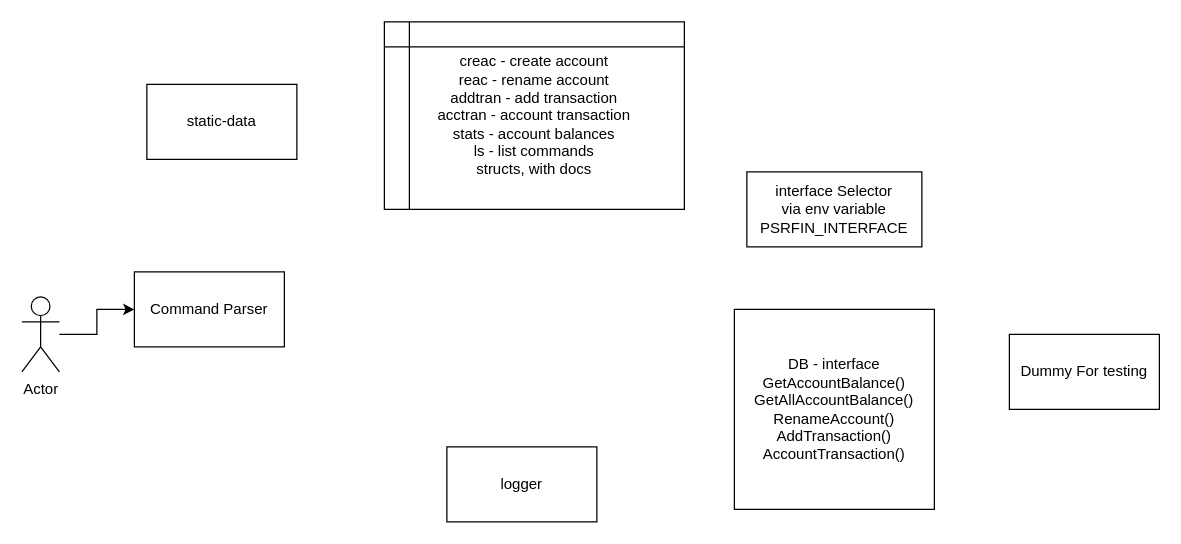
Before: page "Design" (1 of 4) of architecture/personal_finance_utility.drawio in pogo420/persofin, a draw.io diagram. Source tidied: cells renumbered, new cells numbered last; positions are measured from the earlier drawing's top-left corner, leaving out a move shared by most shapes. Both pictures are drawn from the tidied source at 125%, with x=0, y=0 at pixel (21, 21).
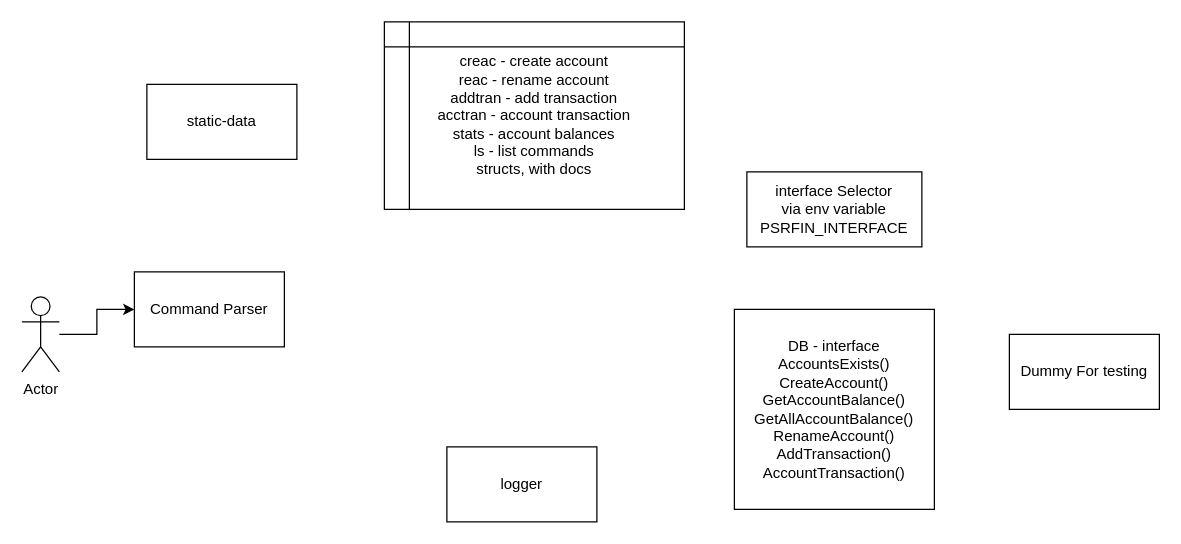
After the change.

Commit message (it also covers changes not shown here):
db interface logic

What changed in the source:
```diff
@@
 <mxGraphModel>
   <root>
     <mxCell id="0" />
     <mxCell id="1" parent="0" />
     <mxCell id="2" value="Command Parser" style="rounded=0;whiteSpace=wrap;html=1;" parent="1" vertex="1">
       <mxGeometry x="90" y="200" width="120" height="60" as="geometry" />
     </mxCell>
     <mxCell id="3" value="creac - create account&lt;br&gt;reac - rename account&lt;br&gt;addtran - add transaction&lt;br&gt;acctran - account transaction&lt;br&gt;stats - account balances&lt;br&gt;ls - list commands&lt;br&gt;structs, with docs" style="shape=internalStorage;whiteSpace=wrap;html=1;backgroundOutline=1;" parent="1" vertex="1">
       <mxGeometry x="290" width="240" height="150" as="geometry" />
     </mxCell>
     <mxCell id="4" value="static-data" style="rounded=0;whiteSpace=wrap;html=1;" parent="1" vertex="1">
       <mxGeometry x="100" y="50" width="120" height="60" as="geometry" />
     </mxCell>
     <mxCell id="5" style="edgeStyle=orthogonalEdgeStyle;rounded=0;jettySize=auto;html=1;" parent="1" edge="1" source="6" target="2">
       <mxGeometry relative="1" as="geometry" />
     </mxCell>
     <mxCell id="6" value="Actor" style="shape=umlActor;verticalLabelPosition=bottom;verticalAlign=top;html=1;outlineConnect=0;" parent="1" vertex="1">
       <mxGeometry y="220" width="30" height="60" as="geometry" />
     </mxCell>
-    <mxCell id="7" value="DB - interface&lt;br&gt;GetAccountBalance()&lt;br&gt;GetAllAccountBalance()&lt;br&gt;RenameAccount()&lt;br&gt;AddTransaction()&lt;br&gt;AccountTransaction()" style="whiteSpace=wrap;html=1;" parent="1" vertex="1">
+    <mxCell id="7" value="DB - interface&lt;br&gt;AccountsExists()&lt;br&gt;CreateAccount()&lt;br&gt;GetAccountBalance()&lt;br&gt;GetAllAccountBalance()&lt;br&gt;RenameAccount()&lt;br&gt;AddTransaction()&lt;br&gt;AccountTransaction()" style="whiteSpace=wrap;html=1;" parent="1" vertex="1">
       <mxGeometry x="570" y="230" width="160" height="160" as="geometry" />
     </mxCell>
     <mxCell id="8" value="interface Selector&lt;br&gt;via env variable&lt;br&gt;PSRFIN_INTERFACE" style="rounded=0;whiteSpace=wrap;html=1;" parent="1" vertex="1">
       <mxGeometry x="580" y="120" width="140" height="60" as="geometry" />
     </mxCell>
     <mxCell id="9" value="logger" style="rounded=0;whiteSpace=wrap;html=1;" parent="1" vertex="1">
       <mxGeometry x="340" y="340" width="120" height="60" as="geometry" />
     </mxCell>
     <mxCell id="10" value="Dummy For testing" style="rounded=0;whiteSpace=wrap;html=1;" parent="1" vertex="1">
       <mxGeometry x="790" y="250" width="120" height="60" as="geometry" />
     </mxCell>
   </root>
 </mxGraphModel>
```
